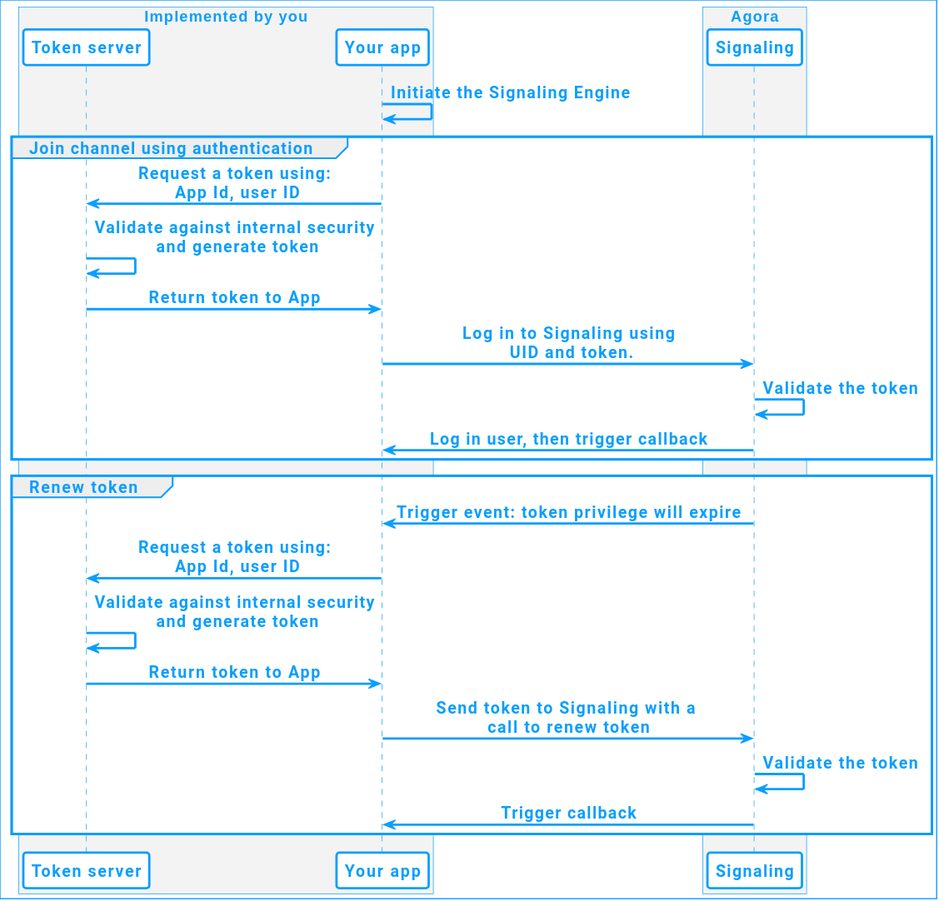
AgoraIO/Docs-Source keeps this PlantUML diagram as assets/images/signaling/authentication-workflow.svg. Above is the earlier version.
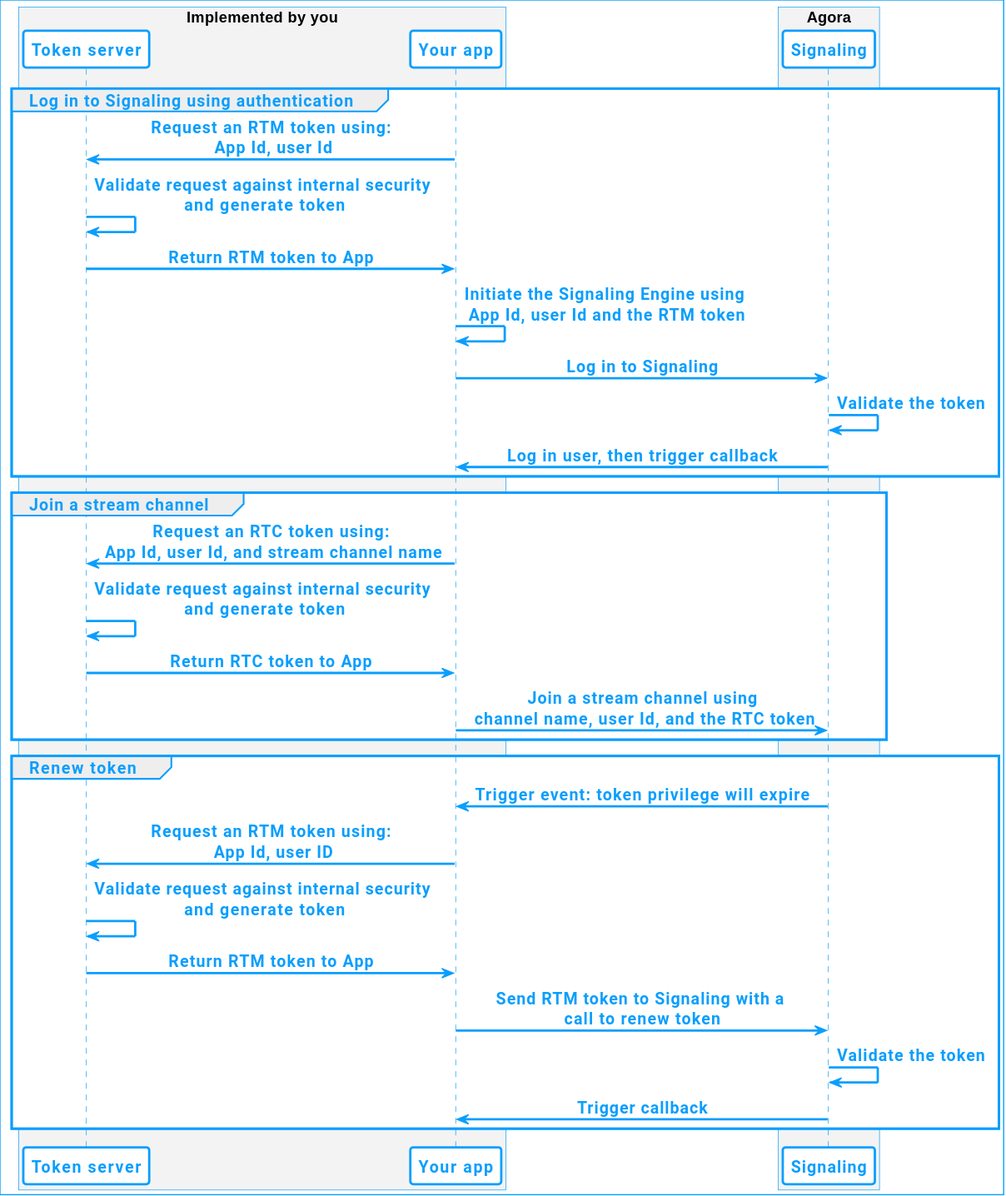
Above is the later version.

Commit message:
Stream channel auth updates

The edit, as a diff of the source:
```diff
@@ -1,6 +1,5 @@
 @startuml
-!include ../video-sdk/agora_skin.iuml
-
+!include agora_skin.iuml
 
 
 box "Implemented by you"
@@ -16,24 +15,29 @@
 participant "Signaling" as API
 end box
 
-APP -> APP: Initiate the Signaling Engine
-
-group Join channel using authentication
-APP -> TS: Request a token using:\n App Id, user ID
-TS -> TS: Validate against internal security\n and generate token
-TS -> APP: Return token to App
-
-APP -> API: Log in to Signaling using\n UID and token.
+group Log in to Signaling using authentication
+APP -> TS: Request an RTM token using:\n App Id, user Id
+TS -> TS: Validate request against internal security\n and generate token
+TS -> APP: Return RTM token to App
+APP -> APP: Initiate the Signaling Engine using\n App Id, user Id and the RTM token
+APP -> API: Log in to Signaling
 API -> API: Validate the token
 API -> APP: Log in user, then trigger callback
 end
 
+group Join a stream channel
+APP -> TS: Request an RTC token using:\n App Id, user Id, and stream channel name
+TS -> TS: Validate request against internal security\n and generate token
+TS -> APP: Return RTC token to App
+APP -> API: Join a stream channel using\n channel name, user Id, and the RTC token
+end
+
 group Renew token
 API -> APP: Trigger event: token privilege will expire
-APP -> TS: Request a token using:\n App Id, user ID
-TS -> TS: Validate against internal security\n and generate token
-TS -> APP: Return token to App
-API <- APP: Send token to Signaling with a \ncall to renew token
+APP -> TS: Request an RTM token using:\n App Id, user ID
+TS -> TS: Validate request against internal security\n and generate token
+TS -> APP: Return RTM token to App
+API <- APP: Send RTM token to Signaling with a \ncall to renew token
 API -> API: Validate the token
 API -> APP: Trigger callback
 end
```
